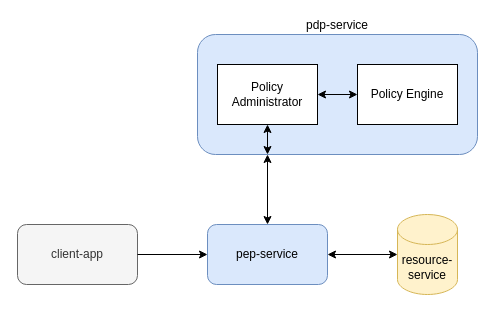
Before: doc/drawio/architecture-poc.drawio in nschubi/zero-trust-zkp-poc, a draw.io diagram. Source tidied: cells renumbered, new cells numbered last; positions are measured from the earlier drawing's top-left corner, leaving out a move shared by most shapes. Both pictures are drawn from the tidied source at 100%, with x=0, y=0 at pixel (17, 34).
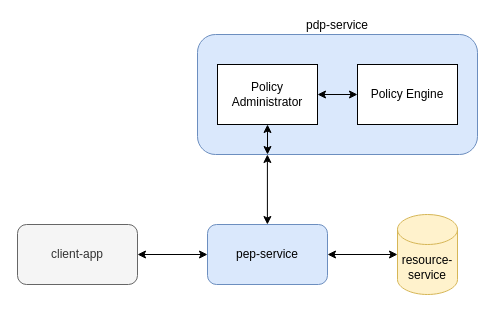
After the change.

Commit message (it also covers changes not shown here):
[zero-trust-zkp-poc] update architecture-poc

The edit, as a diff of the source:
```diff
@@
 <mxGraphModel background="#ffffff">
   <root>
     <mxCell id="0" />
     <mxCell id="1" parent="0" />
     <mxCell id="2" value="client-app" style="rounded=1;whiteSpace=wrap;html=1;fillColor=#f5f5f5;fontColor=#333333;strokeColor=#666666;" parent="1" vertex="1">
       <mxGeometry y="190" width="120" height="60" as="geometry" />
     </mxCell>
     <mxCell id="3" value="pep-service" style="rounded=1;whiteSpace=wrap;html=1;fillColor=#dae8fc;strokeColor=#6c8ebf;" parent="1" vertex="1">
       <mxGeometry x="190" y="190" width="120" height="60" as="geometry" />
     </mxCell>
     <mxCell id="4" value="resource-service" style="shape=cylinder3;whiteSpace=wrap;html=1;boundedLbl=1;backgroundOutline=1;size=15;fillColor=#fff2cc;strokeColor=#d6b656;" parent="1" vertex="1">
       <mxGeometry x="380" y="180" width="60" height="80" as="geometry" />
     </mxCell>
     <mxCell id="5" value="pdp-service" style="rounded=1;whiteSpace=wrap;html=1;fillColor=#dae8fc;strokeColor=#6c8ebf;labelPosition=center;verticalLabelPosition=top;align=center;verticalAlign=bottom;" parent="1" vertex="1">
       <mxGeometry x="180" width="280" height="120" as="geometry" />
     </mxCell>
-    <mxCell id="6" style="endArrow=classic;startArrow=classic;html=1;rounded=0;entryX=0.25;entryY=1;entryDx=0;entryDy=0;exitX=0.5;exitY=0;exitDx=0;exitDy=0;" parent="1" edge="1" source="3" target="5">
-      <mxGeometry relative="1" as="geometry" />
+    <mxCell id="6" style="endArrow=classic;startArrow=classic;html=1;rounded=0;entryX=0.25;entryY=1;entryDx=0;entryDy=0;exitX=0.5;exitY=0;exitDx=0;exitDy=0;" parent="1" edge="1">
+      <mxGeometry relative="1" as="geometry">
+        <mxPoint x="249.9" y="190" as="sourcePoint" />
+        <mxPoint x="249.9" y="120" as="targetPoint" />
+      </mxGeometry>
     </mxCell>
     <mxCell id="7" style="endArrow=classic;startArrow=classic;html=1;rounded=0;entryX=0;entryY=0.5;entryDx=0;entryDy=0;entryPerimeter=0;" parent="1" edge="1" source="3" target="4">
       <mxGeometry relative="1" as="geometry" />
     </mxCell>
-    <mxCell id="8" style="endArrow=classic;html=1;rounded=0;exitX=1;exitY=0.5;exitDx=0;exitDy=0;entryX=0;entryY=0.5;entryDx=0;entryDy=0;labelPosition=center;verticalLabelPosition=top;align=center;verticalAlign=bottom;" parent="1" edge="1" source="2" target="3">
-      <mxGeometry relative="1" as="geometry" />
-    </mxCell>
     <mxCell id="9" value="Policy Administrator" style="rounded=0;whiteSpace=wrap;html=1;" parent="1" vertex="1">
       <mxGeometry x="200" y="30" width="100" height="60" as="geometry" />
     </mxCell>
     <mxCell id="10" value="Policy Engine" style="rounded=0;whiteSpace=wrap;html=1;" parent="1" vertex="1">
       <mxGeometry x="340" y="30" width="100" height="60" as="geometry" />
     </mxCell>
     <mxCell id="11" style="endArrow=classic;startArrow=classic;html=1;rounded=0;entryX=1;entryY=0.5;entryDx=0;entryDy=0;exitX=0;exitY=0.5;exitDx=0;exitDy=0;" parent="1" edge="1" source="10" target="9">
       <mxGeometry relative="1" as="geometry" />
     </mxCell>
     <mxCell id="12" style="endArrow=classic;startArrow=classic;html=1;rounded=0;entryX=0.5;entryY=1;entryDx=0;entryDy=0;exitX=0.25;exitY=1;exitDx=0;exitDy=0;labelPosition=left;verticalLabelPosition=middle;align=right;verticalAlign=middle;" parent="1" edge="1" source="5" target="9">
       <mxGeometry relative="1" as="geometry" />
     </mxCell>
+    <mxCell id="13" style="endArrow=classic;startArrow=classic;html=1;rounded=0;exitX=0;exitY=0.5;exitDx=0;exitDy=0;entryX=1;entryY=0.5;entryDx=0;entryDy=0;" parent="1" edge="1" source="3" target="2">
+      <mxGeometry relative="1" as="geometry" />
+    </mxCell>
   </root>
 </mxGraphModel>
```
